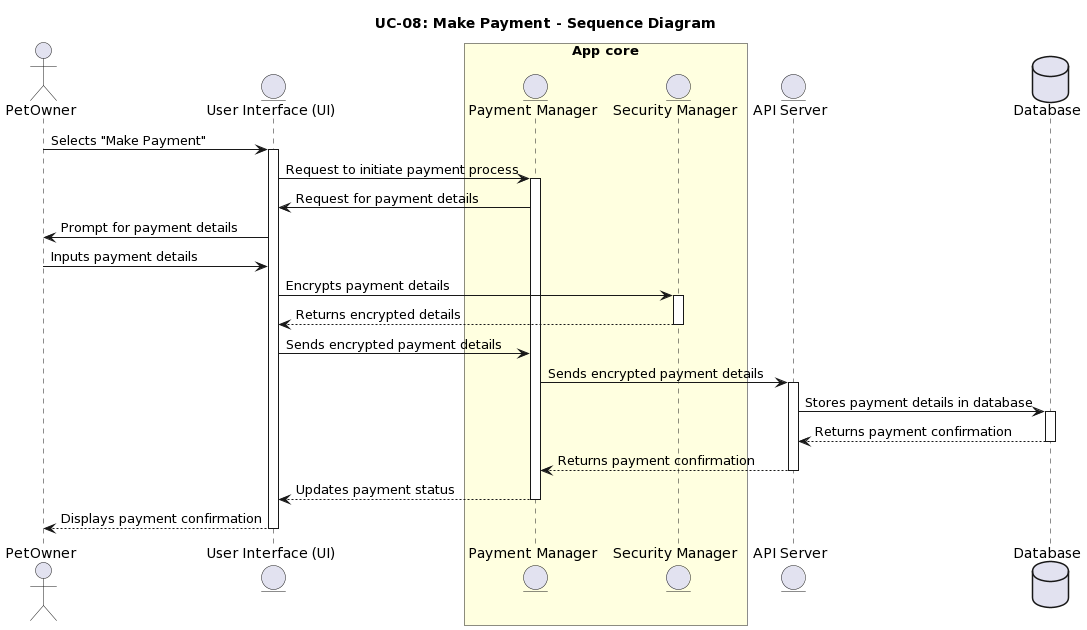
The PlantUML diagram Documents/PlantUML/UC-08_SEQUENCE_Diagram.png in IrenePorta/PetSitters, before a commit.
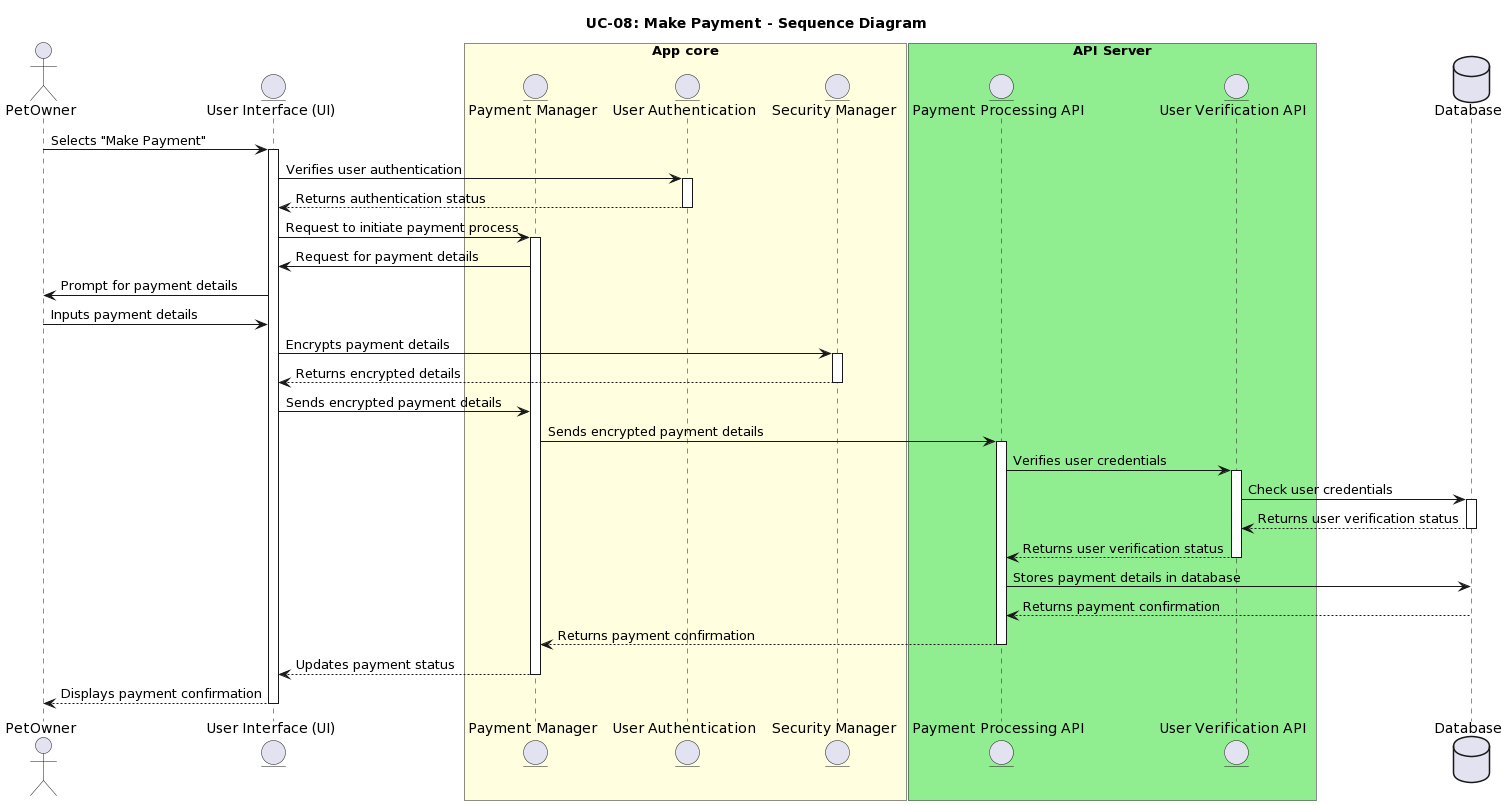
Above is the later version.

Change to the diagram source:
```diff
@@ -3,19 +3,28 @@
 actor PetOwner
 entity "User Interface (UI)" as UI
 box "App core" #LightYellow
-  entity "Payment Manager" as AppCore
+  entity "Payment Manager" as PaymentManager
+  entity "User Authentication" as UserAuth
   entity "Security Manager" as Security
 end box
-entity "API Server" as API
+box "API Server" #LightGreen
+  entity "Payment Processing API" as PaymentAPI
+  entity "User Verification API" as UserVerifyAPI
+end box
 database "Database" as DB
 
 PetOwner -> UI : Selects "Make Payment"
 activate UI
 
-UI -> AppCore : Request to initiate payment process
-activate AppCore
+UI -> UserAuth : Verifies user authentication
+activate UserAuth
+UserAuth --> UI : Returns authentication status
+deactivate UserAuth
 
-AppCore -> UI : Request for payment details
+UI -> PaymentManager : Request to initiate payment process
+activate PaymentManager
+
+PaymentManager -> UI : Request for payment details
 UI -> PetOwner : Prompt for payment details
 PetOwner -> UI : Inputs payment details
 
@@ -24,22 +33,27 @@
 Security --> UI : Returns encrypted details
 deactivate Security
 
-UI -> AppCore : Sends encrypted payment details
+UI -> PaymentManager : Sends encrypted payment details
+PaymentManager -> PaymentAPI : Sends encrypted payment details
+activate PaymentAPI
 
-AppCore -> API : Sends encrypted payment details
-activate API
+PaymentAPI -> UserVerifyAPI : Verifies user credentials
+activate UserVerifyAPI
+UserVerifyAPI -> DB : Check user credentials
+activate DB
+DB --> UserVerifyAPI : Returns user verification status
+deactivate DB
+UserVerifyAPI --> PaymentAPI : Returns user verification status
+deactivate UserVerifyAPI
 
-API -> DB : Stores payment details in database
-activate DB
-
-DB --> API : Returns payment confirmation
+PaymentAPI -> DB : Stores payment details in database
+DB --> PaymentAPI : Returns payment confirmation
 deactivate DB
 
-API --> AppCore : Returns payment confirmation
-deactivate API
-
-AppCore --> UI : Updates payment status
-deactivate AppCore
+PaymentAPI --> PaymentManager : Returns payment confirmation
+deactivate PaymentAPI
+PaymentManager --> UI : Updates payment status
+deactivate PaymentManager
 
 UI --> PetOwner : Displays payment confirmation
 deactivate UI
```
